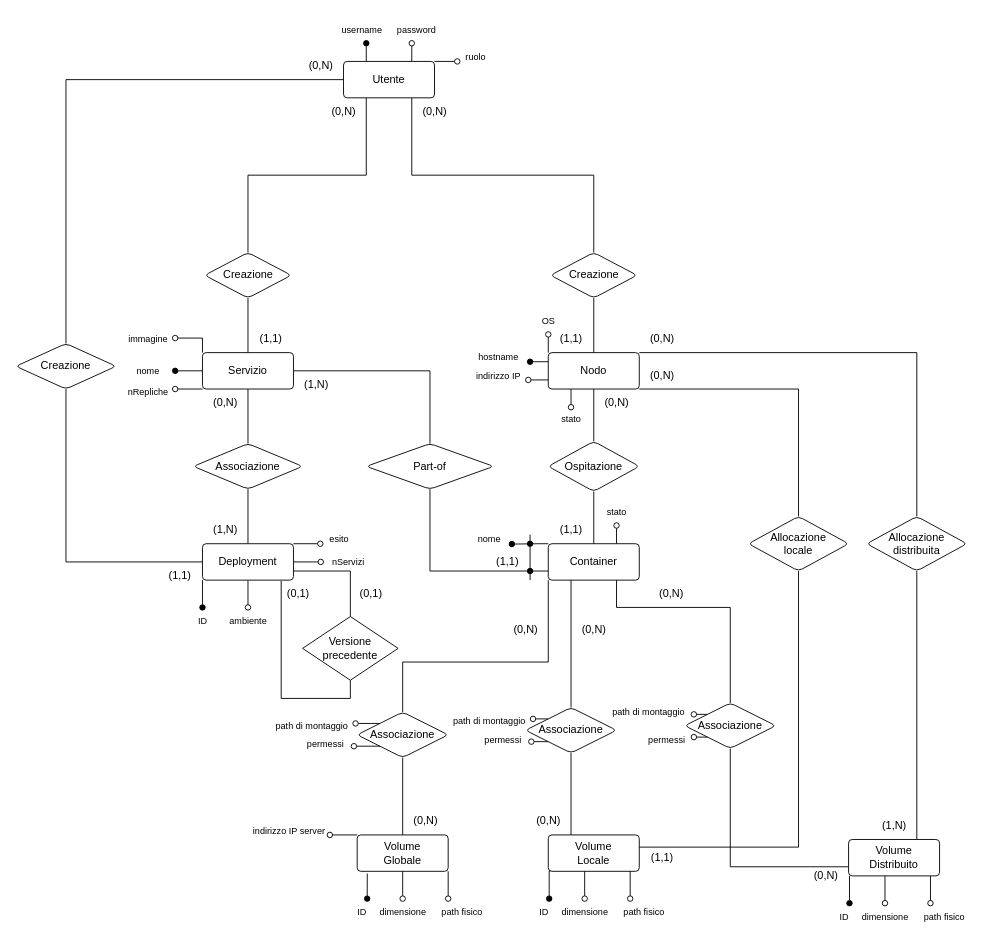
The draw.io diagram ER_Refurbished.drawio in aledinato/Database-Project-SCP4065533, before the edit. Source tidied: cells renumbered, new cells numbered last; positions are measured from the earlier drawing's top-left corner, leaving out a move shared by most shapes. Both pictures are drawn from the tidied source at 91%, with x=0, y=0 at pixel (15, 15).
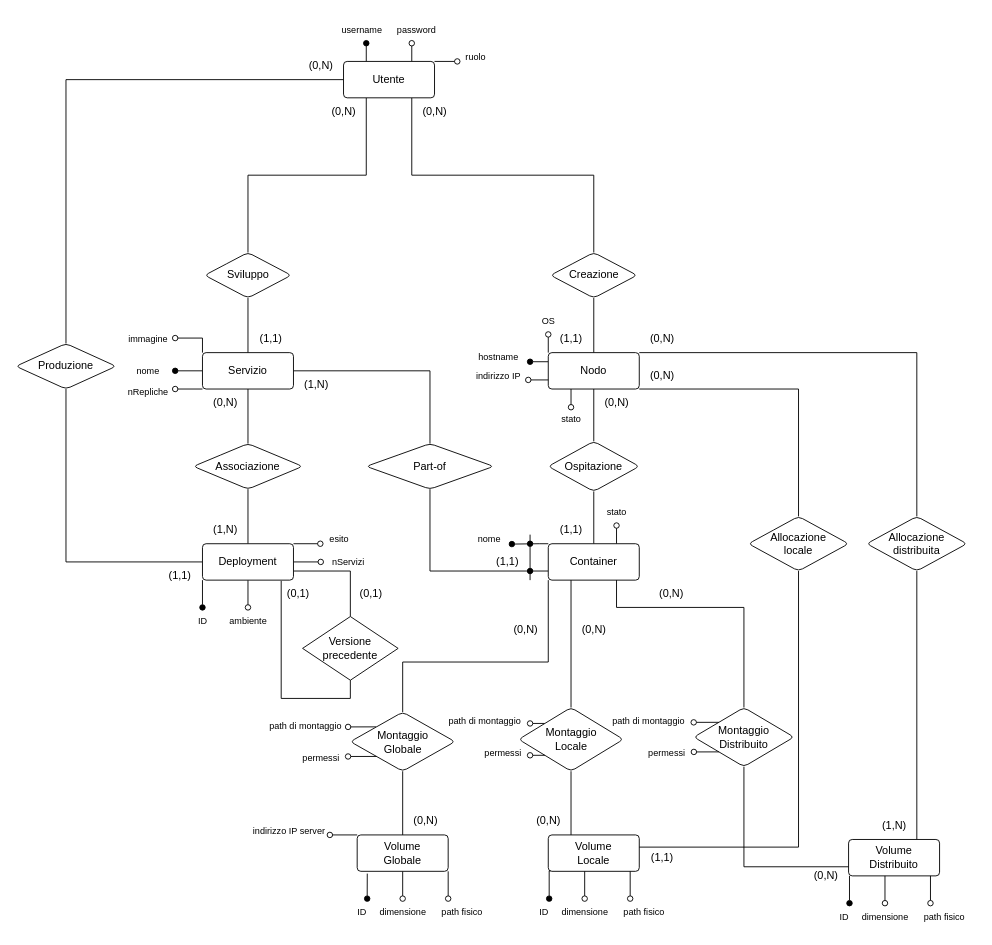
The same diagram, later.

Commit message (it also covers changes not shown here):
- entity and relationship table - fixes on ER Diagram

Unchanged cells that the change refers to:
```xml
<mxCell id="46" value="Container" style="rounded=1;arcSize=10;whiteSpace=wrap;html=1;align=center;" parent="1" vertex="1">
  <mxGeometry x="585" y="580" width="100" height="40" as="geometry" />
</mxCell>
<mxCell id="80" value="&lt;div&gt;Volume&lt;/div&gt;Distribuito" style="rounded=1;arcSize=10;whiteSpace=wrap;html=1;align=center;" parent="1" vertex="1">
  <mxGeometry x="915" y="905" width="100" height="40" as="geometry" />
</mxCell>
<mxCell id="82" value="&lt;div&gt;Volume&lt;/div&gt;Globale" style="rounded=1;arcSize=10;whiteSpace=wrap;html=1;align=center;" parent="1" vertex="1">
  <mxGeometry x="375" y="900" width="100" height="40" as="geometry" />
</mxCell>
```

Change to the diagram source:
```diff
@@
-    <mxCell id="16" value="Creazione" style="rhombus;whiteSpace=wrap;html=1;rounded=1;arcSize=10;" parent="1" vertex="1">
+    <mxCell id="16" value="Sviluppo" style="rhombus;whiteSpace=wrap;html=1;rounded=1;arcSize=10;" parent="1" vertex="1">
       <mxGeometry x="207.5" y="260" width="95" height="50" as="geometry" />
     </mxCell>
@@
-    <mxCell id="32" value="Creazione" style="rhombus;whiteSpace=wrap;html=1;rounded=1;arcSize=10;" parent="1" vertex="1">
+    <mxCell id="32" value="Produzione" style="rhombus;whiteSpace=wrap;html=1;rounded=1;arcSize=10;" parent="1" vertex="1">
       <mxGeometry y="360" width="110" height="50" as="geometry" />
     </mxCell>
@@
+    <mxCell id="137" style="edgeStyle=orthogonalEdgeStyle;rounded=0;jettySize=auto;html=1;exitX=0.5;exitY=1;exitDx=0;exitDy=0;entryX=0.5;entryY=0;entryDx=0;entryDy=0;endArrow=none;startFill=0;" parent="1" edge="1" source="52" target="82">
+      <mxGeometry relative="1" as="geometry" />
+    </mxCell>
+    <mxCell id="138" style="edgeStyle=orthogonalEdgeStyle;rounded=0;jettySize=auto;html=1;exitX=0;exitY=0;exitDx=0;exitDy=0;endArrow=oval;endFill=0;" parent="1" edge="1" source="52">
+      <mxGeometry relative="1" as="geometry">
+        <mxPoint x="365" y="781" as="targetPoint" />
+      </mxGeometry>
+    </mxCell>
-    <mxCell id="52" value="Associazione" style="rhombus;whiteSpace=wrap;html=1;rounded=1;arcSize=10;" parent="1" vertex="1">
-      <mxGeometry x="375" y="765" width="100" height="50" as="geometry" />
+    <mxCell id="52" value="Montaggio&lt;br&gt;Globale" style="rhombus;whiteSpace=wrap;html=1;rounded=1;arcSize=10;" parent="1" vertex="1">
+      <mxGeometry x="367.5" y="765" width="115" height="65" as="geometry" />
     </mxCell>
-    <mxCell id="53" style="edgeStyle=orthogonalEdgeStyle;rounded=0;jettySize=auto;html=1;exitX=0.5;exitY=0;exitDx=0;exitDy=0;entryX=0.5;entryY=1;entryDx=0;entryDy=0;endArrow=none;startFill=0;" parent="1" edge="1" source="82" target="52">
-      <mxGeometry relative="1" as="geometry">
-        <Array as="points">
-          <mxPoint x="425" y="815" />
-        </Array>
-      </mxGeometry>
-    </mxCell>
@@
     <mxCell id="77" value="path di montaggio" style="text;html=1;align=center;verticalAlign=middle;points=[];strokeColor=none;fillColor=none;fontSize=10;" parent="1" vertex="1">
-      <mxGeometry x="275" y="765" width="100" height="30" as="geometry" />
+      <mxGeometry x="267.5" y="765" width="100" height="30" as="geometry" />
     </mxCell>
     <mxCell id="78" value="permessi" style="text;html=1;align=center;verticalAlign=middle;points=[];strokeColor=none;fillColor=none;fontSize=10;" parent="1" vertex="1">
-      <mxGeometry x="310" y="785" width="60" height="30" as="geometry" />
+      <mxGeometry x="305" y="800" width="60" height="30" as="geometry" />
     </mxCell>
@@
-    <mxCell id="116" style="edgeStyle=orthogonalEdgeStyle;rounded=0;jettySize=auto;html=1;exitX=0;exitY=0;exitDx=0;exitDy=0;entryX=0.982;entryY=0.429;entryDx=0;entryDy=0;entryPerimeter=0;endArrow=oval;endFill=0;" parent="1" edge="1" source="52" target="77">
-      <mxGeometry relative="1" as="geometry" />
-    </mxCell>
-    <mxCell id="117" style="edgeStyle=orthogonalEdgeStyle;rounded=0;jettySize=auto;html=1;exitX=0;exitY=1;exitDx=0;exitDy=0;endArrow=oval;endFill=0;entryX=1.023;entryY=0.579;entryDx=0;entryDy=0;entryPerimeter=0;" parent="1" edge="1" source="52" target="78">
-      <mxGeometry relative="1" as="geometry" />
+    <mxCell id="117" style="edgeStyle=orthogonalEdgeStyle;rounded=0;jettySize=auto;html=1;exitX=0;exitY=1;exitDx=0;exitDy=0;endArrow=oval;endFill=0;" parent="1" edge="1" source="52">
+      <mxGeometry relative="1" as="geometry">
+        <mxPoint x="365" y="814" as="targetPoint" />
+      </mxGeometry>
     </mxCell>
@@
+    <mxCell id="139" style="edgeStyle=orthogonalEdgeStyle;rounded=0;jettySize=auto;html=1;exitX=0;exitY=0;exitDx=0;exitDy=0;endArrow=oval;endFill=0;" parent="1" edge="1" source="120">
+      <mxGeometry relative="1" as="geometry">
+        <mxPoint x="565" y="777" as="targetPoint" />
+      </mxGeometry>
+    </mxCell>
-    <mxCell id="120" value="Associazione" style="rhombus;whiteSpace=wrap;html=1;rounded=1;arcSize=10;" parent="1" vertex="1">
-      <mxGeometry x="560" y="760" width="100" height="50" as="geometry" />
+    <mxCell id="120" value="Montaggio&lt;div&gt;Locale&lt;/div&gt;" style="rhombus;whiteSpace=wrap;html=1;rounded=1;arcSize=10;" parent="1" vertex="1">
+      <mxGeometry x="552.5" y="760" width="115" height="70" as="geometry" />
     </mxCell>
@@
     <mxCell id="123" value="path di montaggio" style="text;html=1;align=center;verticalAlign=middle;points=[];strokeColor=none;fillColor=none;fontSize=10;" parent="1" vertex="1">
-      <mxGeometry x="470" y="760" width="100" height="30" as="geometry" />
+      <mxGeometry x="465" y="760" width="100" height="30" as="geometry" />
     </mxCell>
     <mxCell id="124" value="permessi" style="text;html=1;align=center;verticalAlign=middle;points=[];strokeColor=none;fillColor=none;fontSize=10;" parent="1" vertex="1">
-      <mxGeometry x="505" y="780" width="60" height="30" as="geometry" />
+      <mxGeometry x="505" y="795" width="60" height="30" as="geometry" />
     </mxCell>
-    <mxCell id="125" style="edgeStyle=orthogonalEdgeStyle;rounded=0;jettySize=auto;html=1;exitX=0;exitY=0;exitDx=0;exitDy=0;entryX=0.982;entryY=0.429;entryDx=0;entryDy=0;entryPerimeter=0;endArrow=oval;endFill=0;" parent="1" edge="1" source="120" target="123">
-      <mxGeometry relative="1" as="geometry" />
-    </mxCell>
-    <mxCell id="126" style="edgeStyle=orthogonalEdgeStyle;rounded=0;jettySize=auto;html=1;exitX=0;exitY=1;exitDx=0;exitDy=0;endArrow=oval;endFill=0;entryX=1.023;entryY=0.579;entryDx=0;entryDy=0;entryPerimeter=0;" parent="1" edge="1" source="120" target="124">
-      <mxGeometry relative="1" as="geometry" />
+    <mxCell id="126" style="edgeStyle=orthogonalEdgeStyle;rounded=0;jettySize=auto;html=1;exitX=0;exitY=1;exitDx=0;exitDy=0;endArrow=oval;endFill=0;" parent="1" edge="1" source="120">
+      <mxGeometry relative="1" as="geometry">
+        <mxPoint x="565" y="813" as="targetPoint" />
+      </mxGeometry>
     </mxCell>
@@
-    <mxCell id="128" value="Associazione" style="rhombus;whiteSpace=wrap;html=1;rounded=1;arcSize=10;" parent="1" vertex="1">
-      <mxGeometry x="735" y="755" width="100" height="50" as="geometry" />
+    <mxCell id="128" value="Montaggio&lt;br&gt;Distribuito" style="rhombus;whiteSpace=wrap;html=1;rounded=1;arcSize=10;" parent="1" vertex="1">
+      <mxGeometry x="745" y="760" width="110" height="65" as="geometry" />
     </mxCell>
     <mxCell id="129" style="edgeStyle=orthogonalEdgeStyle;rounded=0;jettySize=auto;html=1;exitX=0;exitY=0.75;exitDx=0;exitDy=0;entryX=0.5;entryY=1;entryDx=0;entryDy=0;endArrow=none;startFill=0;" parent="1" edge="1" source="80" target="128">
       <mxGeometry relative="1" as="geometry">
         <Array as="points">
-          <mxPoint x="785" y="935" />
+          <mxPoint x="800" y="935" />
         </Array>
       </mxGeometry>
     </mxCell>
@@
     <mxCell id="132" value="path di montaggio" style="text;html=1;align=center;verticalAlign=middle;points=[];strokeColor=none;fillColor=none;fontSize=10;" parent="1" vertex="1">
-      <mxGeometry x="645" y="750" width="100" height="30" as="geometry" />
+      <mxGeometry x="645" y="760" width="100" height="30" as="geometry" />
     </mxCell>
     <mxCell id="133" value="permessi" style="text;html=1;align=center;verticalAlign=middle;strokeColor=none;fillColor=none;fontSize=10;" parent="1" vertex="1">
-      <mxGeometry x="685" y="780" width="60" height="30" as="geometry" />
+      <mxGeometry x="685" y="795" width="60" height="30" as="geometry" />
     </mxCell>
-    <mxCell id="134" style="edgeStyle=orthogonalEdgeStyle;rounded=0;jettySize=auto;html=1;exitX=0;exitY=0;exitDx=0;exitDy=0;endArrow=oval;endFill=0;" parent="1" edge="1" source="128">
-      <mxGeometry relative="1" as="geometry">
-        <mxPoint x="745" y="768" as="targetPoint" />
-      </mxGeometry>
+    <mxCell id="134" style="edgeStyle=orthogonalEdgeStyle;rounded=0;jettySize=auto;html=1;exitX=0;exitY=0;exitDx=0;exitDy=0;endArrow=oval;endFill=0;entryX=0.998;entryY=0.557;entryDx=0;entryDy=0;entryPerimeter=0;" parent="1" edge="1" source="128" target="132">
+      <mxGeometry relative="1" as="geometry" />
     </mxCell>
     <mxCell id="135" style="edgeStyle=orthogonalEdgeStyle;rounded=0;jettySize=auto;html=1;exitX=0;exitY=1;exitDx=0;exitDy=0;endArrow=oval;endFill=0;" parent="1" edge="1" source="128">
       <mxGeometry relative="1" as="geometry">
-        <mxPoint x="745" y="792" as="targetPoint" />
+        <mxPoint x="745" y="809" as="targetPoint" />
       </mxGeometry>
     </mxCell>
     <mxCell id="136" style="edgeStyle=orthogonalEdgeStyle;rounded=0;jettySize=auto;html=1;exitX=0.75;exitY=1;exitDx=0;exitDy=0;endArrow=none;startFill=0;entryX=0.5;entryY=0;entryDx=0;entryDy=0;" parent="1" edge="1" source="46" target="128">
       <mxGeometry relative="1" as="geometry">
         <Array as="points">
           <mxPoint x="660" y="650" />
-          <mxPoint x="785" y="650" />
+          <mxPoint x="800" y="650" />
         </Array>
       </mxGeometry>
     </mxCell>
```
